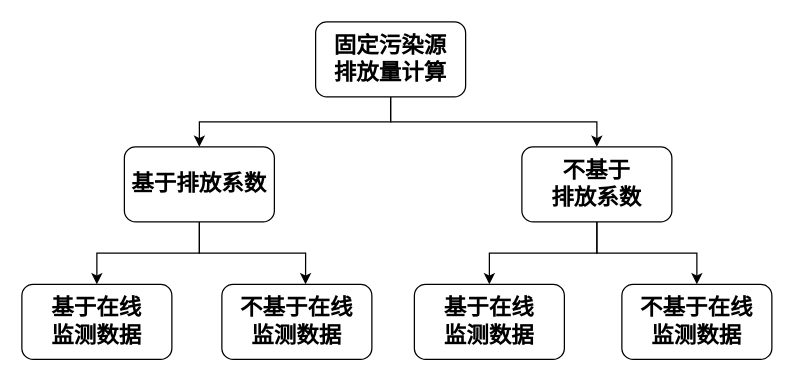
WienWong/Misc keeps this draw.io diagram as 固定污染源计算.drawio. Above is the earlier version. Source tidied: cells renumbered, new cells numbered last; positions are measured from the earlier drawing's top-left corner, leaving out a move shared by most shapes. Both pictures are drawn from the tidied source at 125%, with x=0, y=0 at pixel (21, 21).
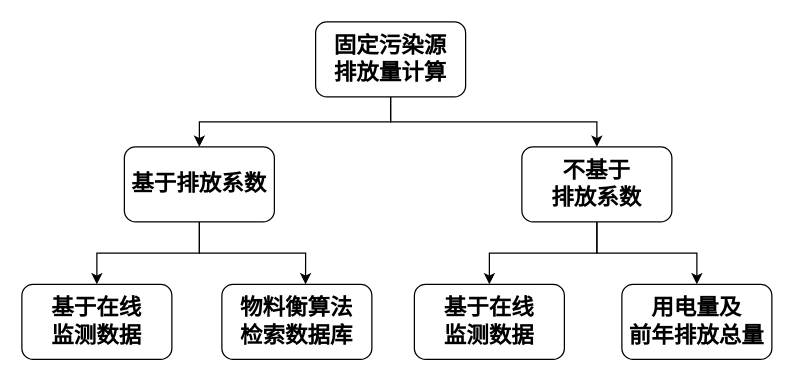
After the change.

Commit message (it also covers changes not shown here):
Update 固定污染源计算.drawio

The edit, as a diff of the source:
```diff
@@
 <mxGraphModel>
   <root>
     <mxCell id="0" />
     <mxCell id="1" parent="0" />
     <mxCell id="2" style="edgeStyle=orthogonalEdgeStyle;rounded=0;jettySize=auto;html=1;exitX=0.5;exitY=1;exitDx=0;exitDy=0;" parent="1" edge="1" source="4" target="10">
       <mxGeometry relative="1" as="geometry" />
     </mxCell>
     <mxCell id="3" style="edgeStyle=orthogonalEdgeStyle;rounded=0;jettySize=auto;html=1;exitX=0.5;exitY=1;exitDx=0;exitDy=0;" parent="1" edge="1" source="4" target="7">
       <mxGeometry relative="1" as="geometry" />
     </mxCell>
     <mxCell id="4" value="&lt;font style=&quot;font-size: 18px&quot;&gt;&lt;b&gt;固定污染源&lt;br&gt;排放量计算&lt;/b&gt;&lt;/font&gt;" style="rounded=1;whiteSpace=wrap;html=1;" parent="1" vertex="1">
       <mxGeometry x="235" width="120" height="60" as="geometry" />
     </mxCell>
     <mxCell id="5" style="edgeStyle=orthogonalEdgeStyle;rounded=0;jettySize=auto;html=1;exitX=0.5;exitY=1;exitDx=0;exitDy=0;entryX=0.5;entryY=0;entryDx=0;entryDy=0;" parent="1" edge="1" source="7" target="11">
       <mxGeometry relative="1" as="geometry" />
     </mxCell>
     <mxCell id="6" style="edgeStyle=orthogonalEdgeStyle;rounded=0;jettySize=auto;html=1;exitX=0.5;exitY=1;exitDx=0;exitDy=0;entryX=0.5;entryY=0;entryDx=0;entryDy=0;" parent="1" edge="1" source="7" target="12">
       <mxGeometry relative="1" as="geometry" />
     </mxCell>
     <mxCell id="7" value="&lt;font style=&quot;font-size: 18px&quot;&gt;&lt;b&gt;不基于&lt;br&gt;排放系数&lt;/b&gt;&lt;/font&gt;" style="rounded=1;whiteSpace=wrap;html=1;" parent="1" vertex="1">
       <mxGeometry x="400" y="100" width="120" height="60" as="geometry" />
     </mxCell>
     <mxCell id="8" style="edgeStyle=orthogonalEdgeStyle;rounded=0;jettySize=auto;html=1;exitX=0.5;exitY=1;exitDx=0;exitDy=0;entryX=0.5;entryY=0;entryDx=0;entryDy=0;" parent="1" edge="1" source="10" target="13">
       <mxGeometry relative="1" as="geometry" />
     </mxCell>
     <mxCell id="9" style="edgeStyle=orthogonalEdgeStyle;rounded=0;jettySize=auto;html=1;exitX=0.5;exitY=1;exitDx=0;exitDy=0;entryX=0.558;entryY=0;entryDx=0;entryDy=0;entryPerimeter=0;" parent="1" edge="1" source="10" target="14">
       <mxGeometry relative="1" as="geometry" />
     </mxCell>
     <mxCell id="10" value="&lt;font style=&quot;font-size: 18px&quot;&gt;&lt;b&gt;基于排放系数&lt;/b&gt;&lt;/font&gt;" style="rounded=1;whiteSpace=wrap;html=1;" parent="1" vertex="1">
       <mxGeometry x="82" y="100" width="120" height="60" as="geometry" />
     </mxCell>
     <mxCell id="11" value="&lt;font style=&quot;font-size: 18px&quot;&gt;&lt;b&gt;基于在线&lt;br&gt;监测数据&lt;/b&gt;&lt;/font&gt;" style="rounded=1;whiteSpace=wrap;html=1;" parent="1" vertex="1">
       <mxGeometry x="314" y="210" width="120" height="60" as="geometry" />
     </mxCell>
-    <mxCell id="12" value="&lt;font style=&quot;font-size: 18px&quot;&gt;&lt;b&gt;不基于在线&lt;br&gt;监测数据&lt;/b&gt;&lt;/font&gt;" style="rounded=1;whiteSpace=wrap;html=1;" parent="1" vertex="1">
+    <mxCell id="12" value="&lt;span style=&quot;font-size: 18px&quot;&gt;&lt;b&gt;用电量及&lt;br&gt;前年排放总量&lt;/b&gt;&lt;/span&gt;" style="rounded=1;whiteSpace=wrap;html=1;" parent="1" vertex="1">
       <mxGeometry x="480" y="210" width="120" height="60" as="geometry" />
     </mxCell>
     <mxCell id="13" value="&lt;font style=&quot;font-size: 18px&quot;&gt;&lt;b&gt;基于在线&lt;br&gt;监测数据&lt;/b&gt;&lt;/font&gt;" style="rounded=1;whiteSpace=wrap;html=1;" parent="1" vertex="1">
       <mxGeometry y="210" width="120" height="60" as="geometry" />
     </mxCell>
-    <mxCell id="14" value="&lt;font style=&quot;font-size: 18px&quot;&gt;&lt;b&gt;不基于在线&lt;br&gt;监测数据&lt;/b&gt;&lt;/font&gt;" style="rounded=1;whiteSpace=wrap;html=1;" parent="1" vertex="1">
+    <mxCell id="14" value="&lt;font style=&quot;font-size: 18px&quot;&gt;&lt;b&gt;物料衡算法&lt;br&gt;检索数据库&lt;/b&gt;&lt;/font&gt;" style="rounded=1;whiteSpace=wrap;html=1;" parent="1" vertex="1">
       <mxGeometry x="160" y="210" width="120" height="60" as="geometry" />
     </mxCell>
   </root>
 </mxGraphModel>
```
